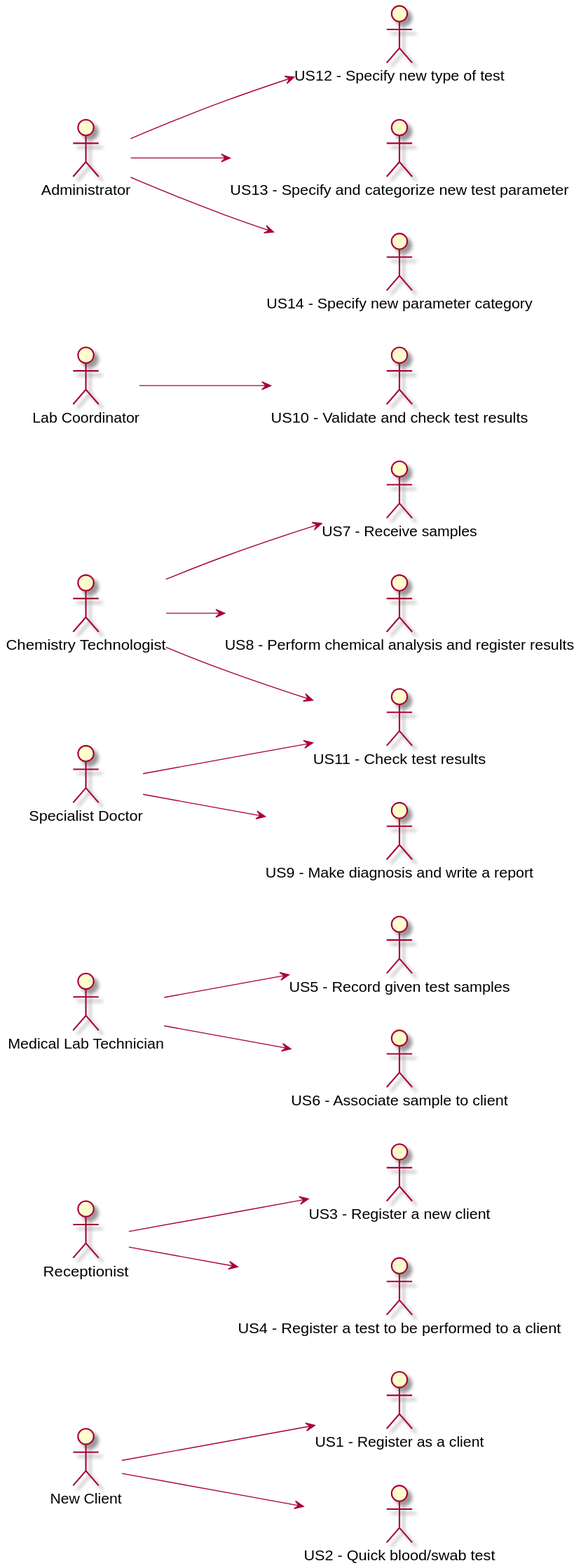
The PlantUML diagram docs/SprintA/UCD.svg in 0franciscor/lei-21-s2-1de-g19, before a commit.
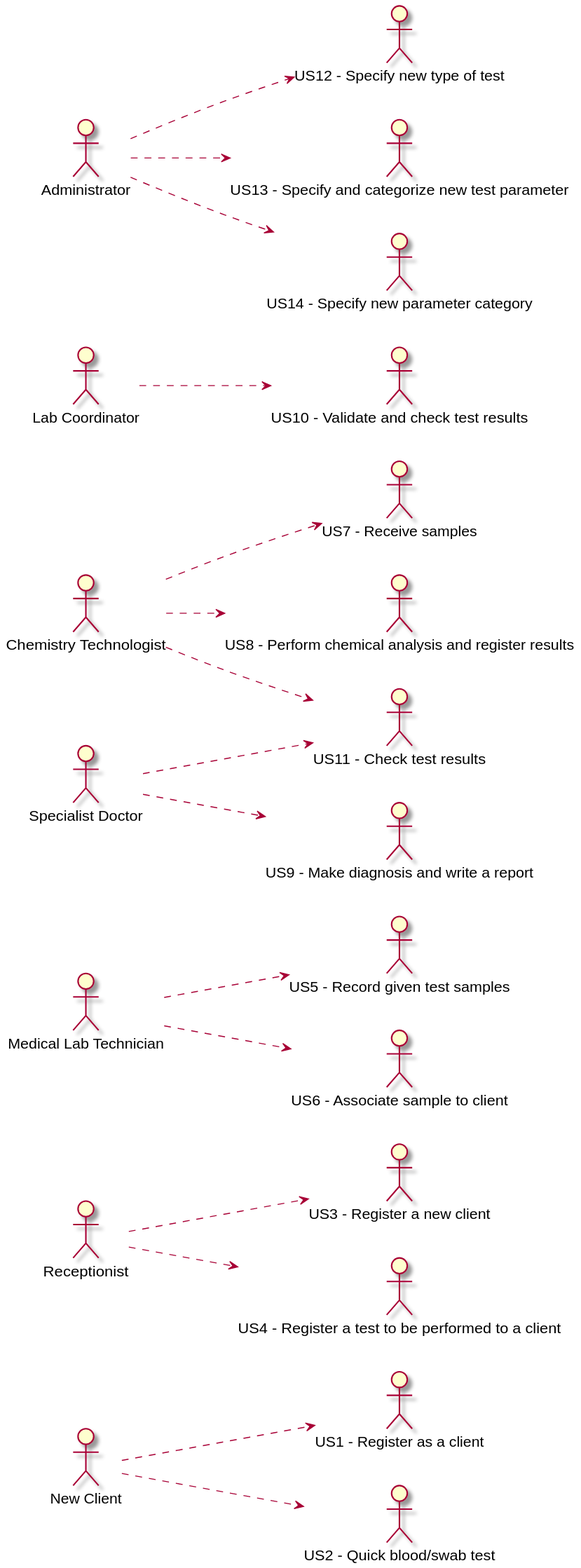
Later version of the same file.

Commit message:
UCD atualização

Diff of the diagram source:
```diff
@@ -24,25 +24,25 @@
 
 
 left to right direction
-NC -->(US1)
-NC -->(US2)
+NC ..>(US1)
+NC ..>(US2)
 
-RCP -->(US3)
-RCP -->(US4)
+RCP ..>(US3)
+RCP ..>(US4)
 
-MLT -->(US5)
-MLT -->(US6)
+MLT ..>(US5)
+MLT ..>(US6)
 
-CT -->(US7)
-CT -->(US8)
-CT -->(US11)
+CT ..>(US7)
+CT ..>(US8)
+CT ..>(US11)
 
-SD -->(US9)
-SD -->(US11)
+SD ..>(US9)
+SD ..>(US11)
 
-LC--> (US10)
+LC ..> (US10)
 
-ADM -->(US12)
-ADM -->(US13)
-ADM -->(US14)
+ADM ..>(US12)
+ADM ..>(US13)
+ADM ..>(US14)
 @enduml
```
